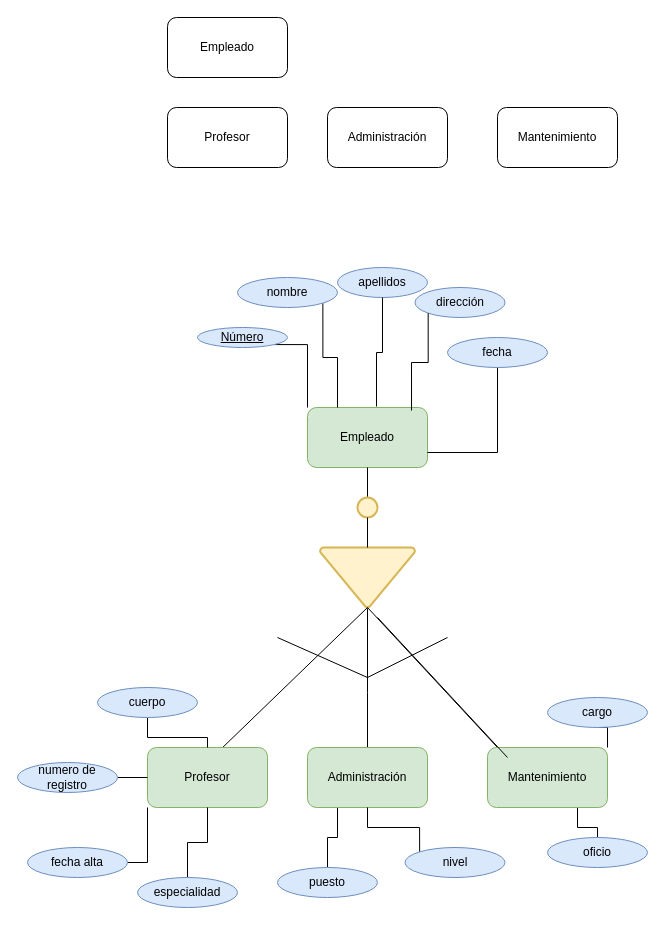
This is Unidad1/tareas/tarea8/tarea8.drawio from lalayond/base-datos-, a draw.io file, before an edit. Source tidied: cells renumbered, new cells numbered last; positions are measured from the earlier drawing's top-left corner, leaving out a move shared by most shapes. Both pictures are drawn from the tidied source at 100%, with x=0, y=0 at pixel (17, 17).
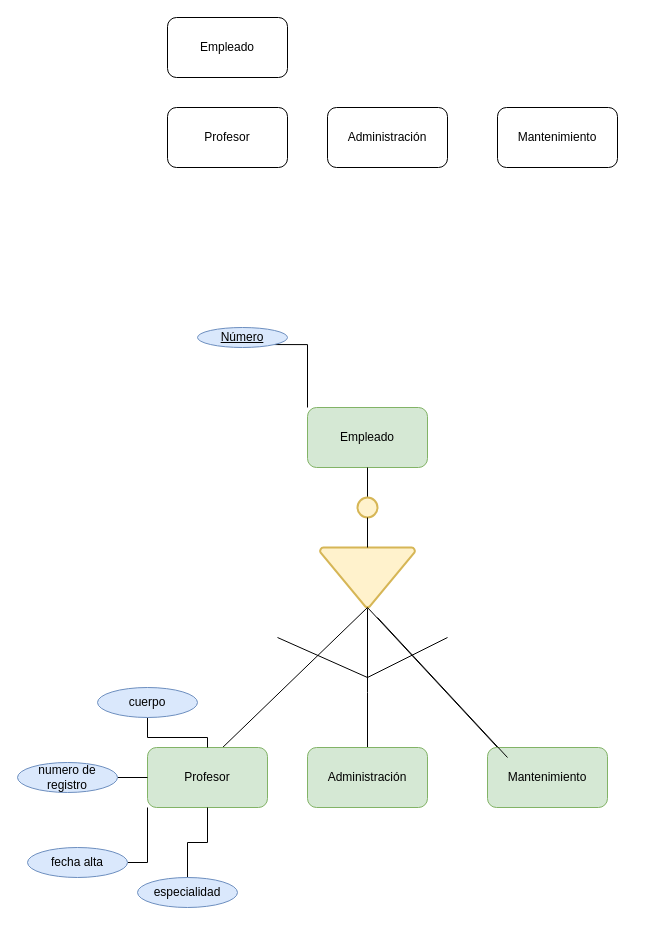
The same diagram, later.

Unchanged cells that the change refers to:
```xml
<mxCell id="6" value="Empleado" style="rounded=1;whiteSpace=wrap;html=1;fillColor=#d5e8d4;strokeColor=#82b366;" parent="1" vertex="1">
  <mxGeometry x="290" y="390" width="120" height="60" as="geometry" />
</mxCell>
<mxCell id="13" value="Administración" style="rounded=1;whiteSpace=wrap;html=1;fillColor=#d5e8d4;strokeColor=#82b366;" parent="1" vertex="1">
  <mxGeometry x="290" y="730" width="120" height="60" as="geometry" />
</mxCell>
<mxCell id="17" value="Mantenimiento" style="rounded=1;whiteSpace=wrap;html=1;fillColor=#d5e8d4;strokeColor=#82b366;" parent="1" vertex="1">
  <mxGeometry x="470" y="730" width="120" height="60" as="geometry" />
</mxCell>
```

The edit, as a diff of the source:
```diff
@@
-    <mxCell id="12" style="edgeStyle=orthogonalEdgeStyle;rounded=0;jettySize=auto;html=1;exitX=0.25;exitY=1;exitDx=0;exitDy=0;endArrow=none;endFill=0;" parent="1" edge="1" source="13" target="39">
-      <mxGeometry relative="1" as="geometry" />
-    </mxCell>
@@
-    <mxCell id="16" style="edgeStyle=orthogonalEdgeStyle;rounded=0;jettySize=auto;html=1;exitX=0.75;exitY=1;exitDx=0;exitDy=0;endArrow=none;endFill=0;" parent="1" edge="1" source="17" target="43">
-      <mxGeometry relative="1" as="geometry" />
-    </mxCell>
@@
-    <mxCell id="23" style="edgeStyle=orthogonalEdgeStyle;rounded=0;jettySize=auto;html=1;exitX=1;exitY=1;exitDx=0;exitDy=0;entryX=0.25;entryY=0;entryDx=0;entryDy=0;endArrow=none;endFill=0;" parent="1" edge="1" source="24" target="6">
-      <mxGeometry relative="1" as="geometry" />
-    </mxCell>
-    <mxCell id="24" value="nombre " style="ellipse;whiteSpace=wrap;html=1;fillColor=#dae8fc;strokeColor=#6c8ebf;" parent="1" vertex="1">
-      <mxGeometry x="220" y="260" width="100" height="30" as="geometry" />
-    </mxCell>
-    <mxCell id="25" value="apellidos" style="ellipse;whiteSpace=wrap;html=1;fillColor=#dae8fc;strokeColor=#6c8ebf;" parent="1" vertex="1">
-      <mxGeometry x="320" y="250" width="90" height="30" as="geometry" />
-    </mxCell>
-    <mxCell id="26" value="dirección" style="ellipse;whiteSpace=wrap;html=1;fillColor=#dae8fc;strokeColor=#6c8ebf;" parent="1" vertex="1">
-      <mxGeometry x="397.5" y="270" width="90" height="30" as="geometry" />
-    </mxCell>
-    <mxCell id="27" style="edgeStyle=orthogonalEdgeStyle;rounded=0;jettySize=auto;html=1;exitX=0.5;exitY=1;exitDx=0;exitDy=0;entryX=1;entryY=0.75;entryDx=0;entryDy=0;endArrow=none;endFill=0;" parent="1" edge="1" source="28" target="6">
-      <mxGeometry relative="1" as="geometry" />
-    </mxCell>
-    <mxCell id="28" value="fecha" style="ellipse;whiteSpace=wrap;html=1;fillColor=#dae8fc;strokeColor=#6c8ebf;" parent="1" vertex="1">
-      <mxGeometry x="430" y="320" width="100" height="30" as="geometry" />
-    </mxCell>
@@
-    <mxCell id="37" style="edgeStyle=orthogonalEdgeStyle;rounded=0;jettySize=auto;html=1;exitX=0;exitY=0;exitDx=0;exitDy=0;endArrow=none;endFill=0;" parent="1" edge="1" source="38" target="13">
-      <mxGeometry relative="1" as="geometry" />
-    </mxCell>
-    <mxCell id="38" value="nivel" style="ellipse;whiteSpace=wrap;html=1;fillColor=#dae8fc;strokeColor=#6c8ebf;" parent="1" vertex="1">
-      <mxGeometry x="387.5" y="830" width="100" height="30" as="geometry" />
-    </mxCell>
-    <mxCell id="39" value="puesto" style="ellipse;whiteSpace=wrap;html=1;fillColor=#dae8fc;strokeColor=#6c8ebf;" parent="1" vertex="1">
-      <mxGeometry x="260" y="850" width="100" height="30" as="geometry" />
-    </mxCell>
@@
-    <mxCell id="41" style="edgeStyle=orthogonalEdgeStyle;rounded=0;jettySize=auto;html=1;exitX=0.5;exitY=1;exitDx=0;exitDy=0;entryX=1;entryY=0;entryDx=0;entryDy=0;endArrow=none;endFill=0;" parent="1" edge="1" source="42" target="17">
-      <mxGeometry relative="1" as="geometry" />
-    </mxCell>
-    <mxCell id="42" value="cargo" style="ellipse;whiteSpace=wrap;html=1;fillColor=#dae8fc;strokeColor=#6c8ebf;" parent="1" vertex="1">
-      <mxGeometry x="530" y="680" width="100" height="30" as="geometry" />
-    </mxCell>
-    <mxCell id="43" value="oficio" style="ellipse;whiteSpace=wrap;html=1;fillColor=#dae8fc;strokeColor=#6c8ebf;" parent="1" vertex="1">
-      <mxGeometry x="530" y="820" width="100" height="30" as="geometry" />
-    </mxCell>
-    <mxCell id="44" style="edgeStyle=orthogonalEdgeStyle;rounded=0;jettySize=auto;html=1;exitX=0.5;exitY=1;exitDx=0;exitDy=0;entryX=0.575;entryY=-0.017;entryDx=0;entryDy=0;entryPerimeter=0;endArrow=none;endFill=0;" parent="1" edge="1" source="25" target="6">
-      <mxGeometry relative="1" as="geometry" />
-    </mxCell>
-    <mxCell id="45" style="edgeStyle=orthogonalEdgeStyle;rounded=0;jettySize=auto;html=1;exitX=0;exitY=1;exitDx=0;exitDy=0;entryX=0.867;entryY=0.05;entryDx=0;entryDy=0;entryPerimeter=0;endArrow=none;endFill=0;" parent="1" edge="1" source="26" target="6">
-      <mxGeometry relative="1" as="geometry" />
-    </mxCell>
```
